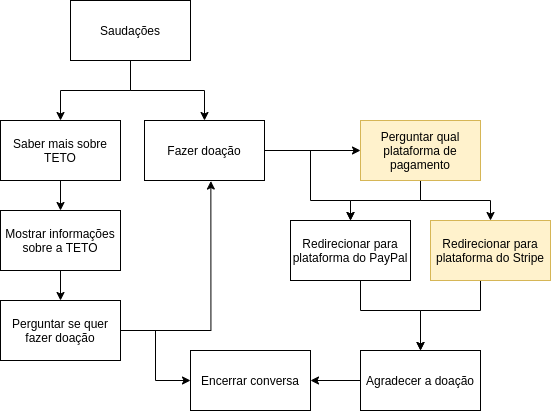
This is Untitled Diagram.png from gledson-ss/teto-solution, a draw.io export, as it was before one commit. Source tidied: cells renumbered, new cells last; positions are measured from the earlier drawing's top-left corner, leaving out a move shared by most shapes.
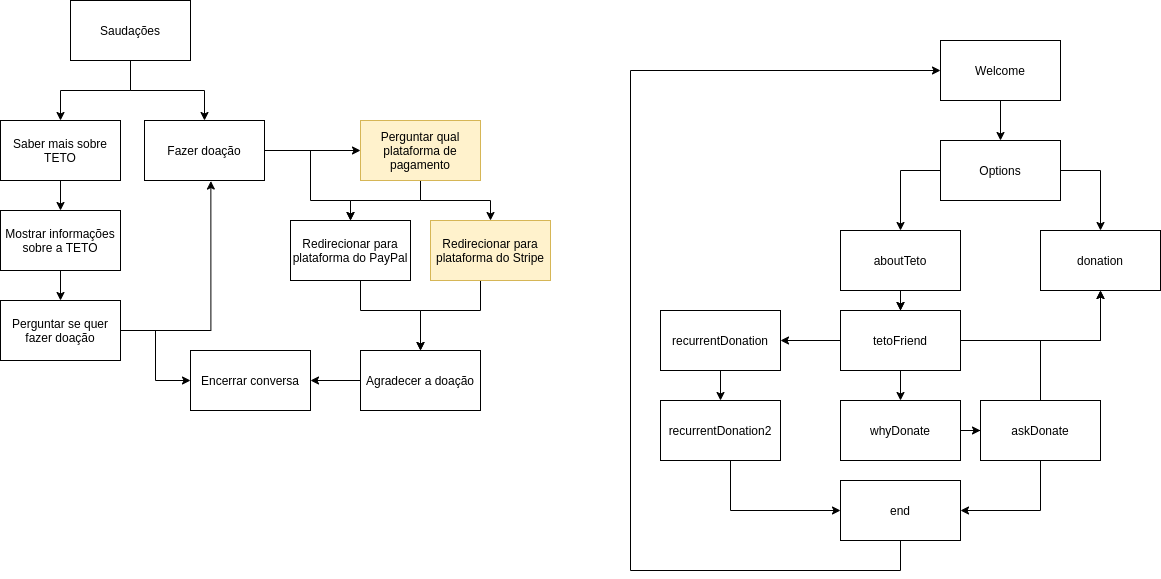
The same diagram one commit later.

Commit message:
Chatbot flowchart

Change to the diagram source:
```diff
@@ -87,5 +87,106 @@
     <mxCell id="24" value="Agradecer a doação" style="rounded=0;whiteSpace=wrap;html=1;" parent="1" vertex="1">
       <mxGeometry x="360" y="350" width="120" height="60" as="geometry" />
     </mxCell>
+    <mxCell id="25" style="edgeStyle=orthogonalEdgeStyle;rounded=0;jettySize=auto;html=1;" parent="1" edge="1" source="26">
+      <mxGeometry relative="1" as="geometry">
+        <mxPoint x="1000" y="140" as="targetPoint" />
+      </mxGeometry>
+    </mxCell>
+    <mxCell id="26" value="Welcome" style="rounded=0;whiteSpace=wrap;html=1;" parent="1" vertex="1">
+      <mxGeometry x="940" y="40" width="120" height="60" as="geometry" />
+    </mxCell>
+    <mxCell id="27" style="edgeStyle=orthogonalEdgeStyle;rounded=0;jettySize=auto;html=1;entryX=0.5;entryY=0;entryDx=0;entryDy=0;" parent="1" edge="1" source="29" target="32">
+      <mxGeometry relative="1" as="geometry">
+        <Array as="points">
+          <mxPoint x="900" y="170" />
+        </Array>
+      </mxGeometry>
+    </mxCell>
+    <mxCell id="28" style="edgeStyle=orthogonalEdgeStyle;rounded=0;jettySize=auto;html=1;entryX=0.5;entryY=0;entryDx=0;entryDy=0;" parent="1" edge="1" source="29" target="33">
+      <mxGeometry relative="1" as="geometry">
+        <Array as="points">
+          <mxPoint x="1100" y="170" />
+        </Array>
+      </mxGeometry>
+    </mxCell>
+    <mxCell id="29" value="Options" style="rounded=0;whiteSpace=wrap;html=1;" parent="1" vertex="1">
+      <mxGeometry x="940" y="140" width="120" height="60" as="geometry" />
+    </mxCell>
+    <mxCell id="30" style="edgeStyle=orthogonalEdgeStyle;rounded=0;jettySize=auto;html=1;entryX=0.5;entryY=0;entryDx=0;entryDy=0;" parent="1" edge="1" source="32" target="41">
+      <mxGeometry relative="1" as="geometry" />
+    </mxCell>
+    <mxCell id="31" style="edgeStyle=orthogonalEdgeStyle;rounded=0;jettySize=auto;html=1;entryX=0.5;entryY=0;entryDx=0;entryDy=0;" parent="1" edge="1" source="41" target="36">
+      <mxGeometry relative="1" as="geometry" />
+    </mxCell>
+    <mxCell id="32" value="aboutTeto" style="rounded=0;whiteSpace=wrap;html=1;" parent="1" vertex="1">
+      <mxGeometry x="840" y="230" width="120" height="60" as="geometry" />
+    </mxCell>
+    <mxCell id="33" value="donation" style="rounded=0;whiteSpace=wrap;html=1;" parent="1" vertex="1">
+      <mxGeometry x="1040" y="230" width="120" height="60" as="geometry" />
+    </mxCell>
+    <mxCell id="34" style="edgeStyle=orthogonalEdgeStyle;rounded=0;jettySize=auto;html=1;entryX=0.5;entryY=1;entryDx=0;entryDy=0;exitX=0.5;exitY=0;exitDx=0;exitDy=0;" parent="1" edge="1" source="48" target="33">
+      <mxGeometry relative="1" as="geometry">
+        <Array as="points">
+          <mxPoint x="1040" y="340" />
+          <mxPoint x="1100" y="340" />
+        </Array>
+      </mxGeometry>
+    </mxCell>
+    <mxCell id="35" style="edgeStyle=orthogonalEdgeStyle;rounded=0;jettySize=auto;html=1;entryX=0;entryY=0.5;entryDx=0;entryDy=0;" parent="1" edge="1" source="36" target="48">
+      <mxGeometry relative="1" as="geometry" />
+    </mxCell>
+    <mxCell id="36" value="whyDonate" style="rounded=0;whiteSpace=wrap;html=1;" parent="1" vertex="1">
+      <mxGeometry x="840" y="400" width="120" height="60" as="geometry" />
+    </mxCell>
+    <mxCell id="37" style="edgeStyle=orthogonalEdgeStyle;rounded=0;jettySize=auto;html=1;entryX=0.5;entryY=0;entryDx=0;entryDy=0;" parent="1" edge="1" source="38" target="46">
+      <mxGeometry relative="1" as="geometry" />
+    </mxCell>
+    <mxCell id="38" value="recurrentDonation" style="rounded=0;whiteSpace=wrap;html=1;" parent="1" vertex="1">
+      <mxGeometry x="660" y="310" width="120" height="60" as="geometry" />
+    </mxCell>
+    <mxCell id="39" style="edgeStyle=orthogonalEdgeStyle;rounded=0;jettySize=auto;html=1;entryX=1;entryY=0.5;entryDx=0;entryDy=0;" parent="1" edge="1" source="41" target="38">
+      <mxGeometry relative="1" as="geometry" />
+    </mxCell>
+    <mxCell id="40" style="edgeStyle=orthogonalEdgeStyle;rounded=0;jettySize=auto;html=1;entryX=0.5;entryY=1;entryDx=0;entryDy=0;" parent="1" edge="1" source="41" target="33">
+      <mxGeometry relative="1" as="geometry" />
+    </mxCell>
+    <mxCell id="41" value="tetoFriend" style="rounded=0;whiteSpace=wrap;html=1;" parent="1" vertex="1">
+      <mxGeometry x="840" y="310" width="120" height="60" as="geometry" />
+    </mxCell>
+    <mxCell id="42" style="edgeStyle=orthogonalEdgeStyle;rounded=0;jettySize=auto;html=1;entryX=0.5;entryY=0;entryDx=0;entryDy=0;" parent="1" edge="1" source="32" target="41">
+      <mxGeometry relative="1" as="geometry" />
+    </mxCell>
+    <mxCell id="43" style="edgeStyle=orthogonalEdgeStyle;rounded=0;jettySize=auto;html=1;entryX=0;entryY=0.5;entryDx=0;entryDy=0;" parent="1" edge="1" source="44" target="26">
+      <mxGeometry relative="1" as="geometry">
+        <Array as="points">
+          <mxPoint x="900" y="570" />
+          <mxPoint x="630" y="570" />
+          <mxPoint x="630" y="70" />
+        </Array>
+      </mxGeometry>
+    </mxCell>
+    <mxCell id="44" value="end" style="rounded=0;whiteSpace=wrap;html=1;" parent="1" vertex="1">
+      <mxGeometry x="840" y="480" width="120" height="60" as="geometry" />
+    </mxCell>
+    <mxCell id="45" style="edgeStyle=orthogonalEdgeStyle;rounded=0;jettySize=auto;html=1;entryX=0;entryY=0.5;entryDx=0;entryDy=0;" parent="1" edge="1" source="46" target="44">
+      <mxGeometry relative="1" as="geometry">
+        <Array as="points">
+          <mxPoint x="730" y="510" />
+        </Array>
+      </mxGeometry>
+    </mxCell>
+    <mxCell id="46" value="recurrentDonation2" style="rounded=0;whiteSpace=wrap;html=1;" parent="1" vertex="1">
+      <mxGeometry x="660" y="400" width="120" height="60" as="geometry" />
+    </mxCell>
+    <mxCell id="47" style="edgeStyle=orthogonalEdgeStyle;rounded=0;jettySize=auto;html=1;entryX=1;entryY=0.5;entryDx=0;entryDy=0;" parent="1" edge="1" source="48" target="44">
+      <mxGeometry relative="1" as="geometry">
+        <Array as="points">
+          <mxPoint x="1040" y="510" />
+        </Array>
+      </mxGeometry>
+    </mxCell>
+    <mxCell id="48" value="askDonate" style="rounded=0;whiteSpace=wrap;html=1;" parent="1" vertex="1">
+      <mxGeometry x="980" y="400" width="120" height="60" as="geometry" />
+    </mxCell>
   </root>
 </mxGraphModel>
```
